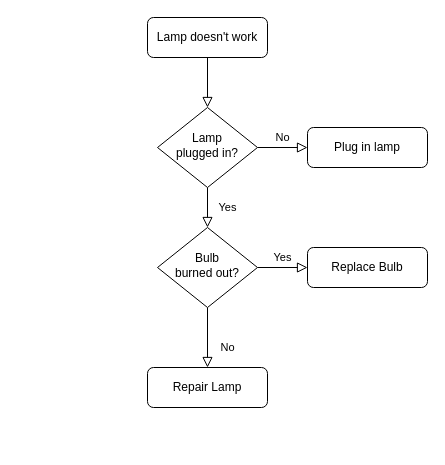
The draw.io diagram Untitled Diagram.drawio in Lauro235/Lauro235, before the edit. Source tidied: cells renumbered, new cells numbered last; positions are measured from the earlier drawing's top-left corner, leaving out a move shared by most shapes. Both pictures are drawn from the tidied source at 100%, with x=0, y=0 at pixel (147, 17).
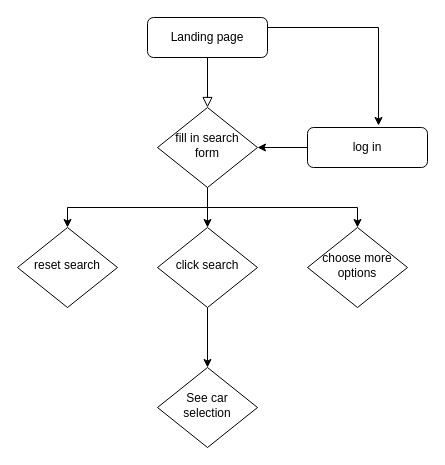
The same page after the edit.

Diff of the diagram source:
```diff
@@
 <mxGraphModel>
   <root>
     <mxCell id="0" />
     <mxCell id="1" parent="0" />
     <mxCell id="2" style="rounded=0;html=1;jettySize=auto;fontSize=11;endArrow=block;endFill=0;endSize=8;strokeWidth=1;shadow=0;labelBackgroundColor=none;edgeStyle=orthogonalEdgeStyle;" parent="1" edge="1" source="3" target="6">
       <mxGeometry relative="1" as="geometry" />
     </mxCell>
+    <mxCell id="13" style="edgeStyle=orthogonalEdgeStyle;rounded=0;jettySize=auto;html=1;exitX=1;exitY=0.25;exitDx=0;exitDy=0;entryX=0.592;entryY=-0.05;entryDx=0;entryDy=0;entryPerimeter=0;" parent="1" edge="1" source="3" target="7">
+      <mxGeometry relative="1" as="geometry" />
+    </mxCell>
-    <mxCell id="3" value="Lamp doesn't work" style="rounded=1;whiteSpace=wrap;html=1;fontSize=12;glass=0;strokeWidth=1;shadow=0;" parent="1" vertex="1">
+    <mxCell id="3" value="Landing page" style="rounded=1;whiteSpace=wrap;html=1;fontSize=12;glass=0;strokeWidth=1;shadow=0;" parent="1" vertex="1">
       <mxGeometry width="120" height="40" as="geometry" />
     </mxCell>
+    <mxCell id="14" style="edgeStyle=orthogonalEdgeStyle;rounded=0;jettySize=auto;html=1;exitX=0.5;exitY=1;exitDx=0;exitDy=0;entryX=0.5;entryY=0;entryDx=0;entryDy=0;" parent="1" edge="1" source="6" target="19">
+      <mxGeometry relative="1" as="geometry" />
+    </mxCell>
-    <mxCell id="4" value="Yes" style="rounded=0;html=1;jettySize=auto;fontSize=11;endArrow=block;endFill=0;endSize=8;strokeWidth=1;shadow=0;labelBackgroundColor=none;edgeStyle=orthogonalEdgeStyle;" parent="1" edge="1" source="6" target="10">
-      <mxGeometry y="20" relative="1" as="geometry" />
+    <mxCell id="4" style="edgeStyle=orthogonalEdgeStyle;rounded=0;jettySize=auto;html=1;exitX=0.5;exitY=1;exitDx=0;exitDy=0;entryX=0.5;entryY=0;entryDx=0;entryDy=0;" parent="1" edge="1" source="6" target="10">
+      <mxGeometry relative="1" as="geometry" />
     </mxCell>
-    <mxCell id="5" value="No" style="edgeStyle=orthogonalEdgeStyle;rounded=0;html=1;jettySize=auto;fontSize=11;endArrow=block;endFill=0;endSize=8;strokeWidth=1;shadow=0;labelBackgroundColor=none;" parent="1" edge="1" source="6" target="7">
-      <mxGeometry y="10" relative="1" as="geometry" />
-    </mxCell>
+    <mxCell id="15" style="edgeStyle=orthogonalEdgeStyle;rounded=0;jettySize=auto;html=1;exitX=0.5;exitY=1;exitDx=0;exitDy=0;entryX=0.5;entryY=0;entryDx=0;entryDy=0;" parent="1" edge="1" source="6" target="18">
+      <mxGeometry relative="1" as="geometry" />
+    </mxCell>
-    <mxCell id="6" value="Lamp&lt;br&gt;plugged in?" style="rhombus;whiteSpace=wrap;html=1;shadow=0;fontFamily=Helvetica;fontSize=12;align=center;strokeWidth=1;spacing=6;spacingTop=-4;" parent="1" vertex="1">
+    <mxCell id="6" value="fill in search form" style="rhombus;whiteSpace=wrap;html=1;shadow=0;fontFamily=Helvetica;fontSize=12;align=center;strokeWidth=1;spacing=6;spacingTop=-4;" parent="1" vertex="1">
       <mxGeometry x="10" y="90" width="100" height="80" as="geometry" />
     </mxCell>
+    <mxCell id="16" style="edgeStyle=orthogonalEdgeStyle;rounded=0;jettySize=auto;html=1;exitX=0;exitY=0.5;exitDx=0;exitDy=0;entryX=1;entryY=0.5;entryDx=0;entryDy=0;" parent="1" edge="1" source="7" target="6">
+      <mxGeometry relative="1" as="geometry" />
+    </mxCell>
-    <mxCell id="7" value="Plug in lamp" style="rounded=1;whiteSpace=wrap;html=1;fontSize=12;glass=0;strokeWidth=1;shadow=0;" parent="1" vertex="1">
+    <mxCell id="7" value="log in" style="rounded=1;whiteSpace=wrap;html=1;fontSize=12;glass=0;strokeWidth=1;shadow=0;" parent="1" vertex="1">
       <mxGeometry x="160" y="110" width="120" height="40" as="geometry" />
     </mxCell>
-    <mxCell id="8" value="No" style="rounded=0;html=1;jettySize=auto;fontSize=11;endArrow=block;endFill=0;endSize=8;strokeWidth=1;shadow=0;labelBackgroundColor=none;edgeStyle=orthogonalEdgeStyle;" parent="1" edge="1" source="10" target="11">
-      <mxGeometry x="0.33" y="20" relative="1" as="geometry" />
-    </mxCell>
-    <mxCell id="9" value="Yes" style="edgeStyle=orthogonalEdgeStyle;rounded=0;html=1;jettySize=auto;fontSize=11;endArrow=block;endFill=0;endSize=8;strokeWidth=1;shadow=0;labelBackgroundColor=none;" parent="1" edge="1" source="10" target="12">
-      <mxGeometry y="10" relative="1" as="geometry" />
-    </mxCell>
+    <mxCell id="17" style="edgeStyle=orthogonalEdgeStyle;rounded=0;jettySize=auto;html=1;exitX=0.5;exitY=1;exitDx=0;exitDy=0;entryX=0.5;entryY=0;entryDx=0;entryDy=0;" parent="1" edge="1" source="10" target="20">
+      <mxGeometry relative="1" as="geometry" />
+    </mxCell>
-    <mxCell id="10" value="Bulb&lt;br&gt;burned out?" style="rhombus;whiteSpace=wrap;html=1;shadow=0;fontFamily=Helvetica;fontSize=12;align=center;strokeWidth=1;spacing=6;spacingTop=-4;" parent="1" vertex="1">
+    <mxCell id="10" value="click search" style="rhombus;whiteSpace=wrap;html=1;shadow=0;fontFamily=Helvetica;fontSize=12;align=center;strokeWidth=1;spacing=6;spacingTop=-4;" parent="1" vertex="1">
       <mxGeometry x="10" y="210" width="100" height="80" as="geometry" />
     </mxCell>
-    <mxCell id="11" value="Repair Lamp" style="rounded=1;whiteSpace=wrap;html=1;fontSize=12;glass=0;strokeWidth=1;shadow=0;" parent="1" vertex="1">
-      <mxGeometry y="350" width="120" height="40" as="geometry" />
-    </mxCell>
-    <mxCell id="12" value="Replace Bulb" style="rounded=1;whiteSpace=wrap;html=1;fontSize=12;glass=0;strokeWidth=1;shadow=0;" parent="1" vertex="1">
-      <mxGeometry x="160" y="230" width="120" height="40" as="geometry" />
-    </mxCell>
+    <mxCell id="18" value="reset search" style="rhombus;whiteSpace=wrap;html=1;shadow=0;fontFamily=Helvetica;fontSize=12;align=center;strokeWidth=1;spacing=6;spacingTop=-4;" parent="1" vertex="1">
+      <mxGeometry x="-130" y="210" width="100" height="80" as="geometry" />
+    </mxCell>
+    <mxCell id="19" value="choose more options" style="rhombus;whiteSpace=wrap;html=1;shadow=0;fontFamily=Helvetica;fontSize=12;align=center;strokeWidth=1;spacing=6;spacingTop=-4;" parent="1" vertex="1">
+      <mxGeometry x="160" y="210" width="100" height="80" as="geometry" />
+    </mxCell>
+    <mxCell id="20" value="See car selection" style="rhombus;whiteSpace=wrap;html=1;shadow=0;fontFamily=Helvetica;fontSize=12;align=center;strokeWidth=1;spacing=6;spacingTop=-4;" parent="1" vertex="1">
+      <mxGeometry x="10" y="350" width="100" height="80" as="geometry" />
+    </mxCell>
   </root>
 </mxGraphModel>
```
